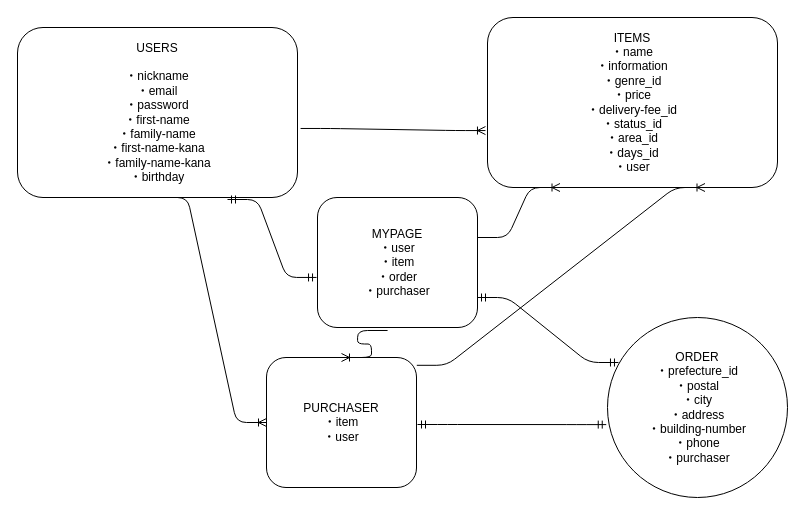
Above: furima_app.drawio in shimo0321yuki/furima-28882 (draw.io), before the change. Source tidied: cells renumbered, new cells numbered last; positions are measured from the earlier drawing's top-left corner, leaving out a move shared by most shapes. Both pictures are drawn from the tidied source at 100%, with x=0, y=0 at pixel (17, 17).
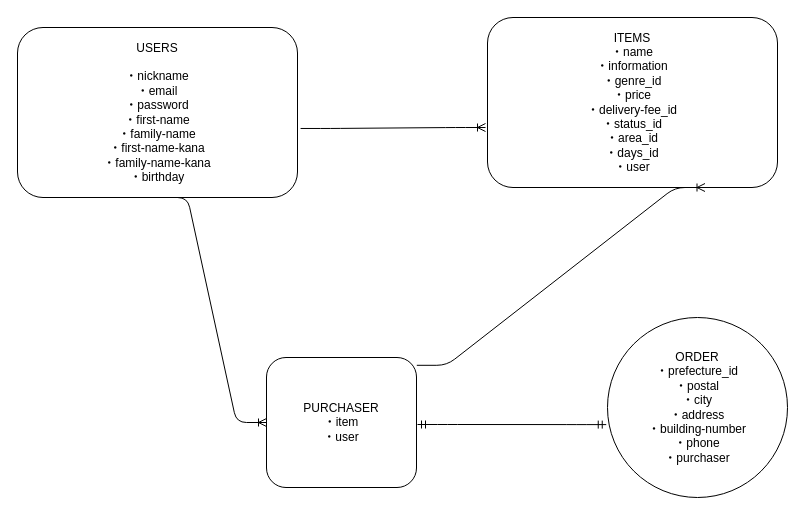
After the change.

Commit message:
furima_app.drawio を更新します

Diff of the diagram source:
```diff
@@
 <mxGraphModel>
   <root>
     <mxCell id="0" />
     <mxCell id="1" parent="0" />
     <mxCell id="2" value="ITEMS&lt;br&gt;・name&lt;br&gt;・information&lt;br&gt;・genre_id&lt;br&gt;・price&lt;br&gt;・delivery-fee_id&lt;br&gt;・status_id&lt;br&gt;・area_id&lt;br&gt;・days_id&lt;br&gt;・user" style="rounded=1;whiteSpace=wrap;html=1;" parent="1" vertex="1">
       <mxGeometry x="470" width="290" height="170" as="geometry" />
     </mxCell>
     <mxCell id="3" value="USERS&lt;br&gt;&lt;br&gt;・nickname&lt;br&gt;・email&lt;br&gt;・password&lt;br&gt;・first-name&lt;br&gt;・family-name&lt;br&gt;・first-name-kana&lt;br&gt;・family-name-kana&lt;br&gt;・birthday" style="rounded=1;whiteSpace=wrap;html=1;" parent="1" vertex="1">
       <mxGeometry y="10" width="280" height="170" as="geometry" />
     </mxCell>
     <mxCell id="4" value="ORDER&lt;br&gt;・prefecture_id&lt;br&gt;・postal&lt;br&gt;・city&lt;br&gt;・address&lt;br&gt;・building-number&lt;br&gt;・phone&lt;br&gt;・purchaser" style="ellipse;whiteSpace=wrap;html=1;" parent="1" vertex="1">
       <mxGeometry x="590" y="300" width="180" height="180" as="geometry" />
     </mxCell>
     <mxCell id="5" value="PURCHASER&lt;br&gt;・item&lt;br&gt;・user" style="rounded=1;whiteSpace=wrap;html=1;" parent="1" vertex="1">
       <mxGeometry x="249" y="340" width="150" height="130" as="geometry" />
     </mxCell>
-    <mxCell id="6" style="edgeStyle=entityRelationEdgeStyle;fontSize=12;html=1;endArrow=ERoneToMany;exitX=1.011;exitY=0.594;exitDx=0;exitDy=0;exitPerimeter=0;entryX=-0.007;entryY=0.665;entryDx=0;entryDy=0;entryPerimeter=0;" parent="1" edge="1" source="3" target="2">
-      <mxGeometry relative="1" as="geometry" />
+    <mxCell id="6" style="edgeStyle=entityRelationEdgeStyle;fontSize=12;html=1;endArrow=ERoneToMany;exitX=1.011;exitY=0.594;exitDx=0;exitDy=0;exitPerimeter=0;" parent="1" edge="1" source="3">
+      <mxGeometry relative="1" as="geometry">
+        <mxPoint x="468" y="110" as="targetPoint" />
+      </mxGeometry>
     </mxCell>
     <mxCell id="7" style="edgeStyle=entityRelationEdgeStyle;fontSize=12;html=1;endArrow=ERmandOne;startArrow=ERmandOne;entryX=-0.007;entryY=0.595;entryDx=0;entryDy=0;entryPerimeter=0;" parent="1" edge="1" target="4">
       <mxGeometry relative="1" as="geometry">
         <mxPoint x="400" y="407" as="sourcePoint" />
       </mxGeometry>
     </mxCell>
     <mxCell id="8" style="edgeStyle=entityRelationEdgeStyle;fontSize=12;html=1;endArrow=ERoneToMany;exitX=0.5;exitY=1;exitDx=0;exitDy=0;entryX=0;entryY=0.5;entryDx=0;entryDy=0;" parent="1" edge="1" source="3" target="5">
       <mxGeometry relative="1" as="geometry" />
     </mxCell>
     <mxCell id="9" style="edgeStyle=entityRelationEdgeStyle;fontSize=12;html=1;endArrow=ERoneToMany;exitX=1.002;exitY=0.06;exitDx=0;exitDy=0;exitPerimeter=0;entryX=0.75;entryY=1;entryDx=0;entryDy=0;" parent="1" edge="1" source="5" target="2">
       <mxGeometry relative="1" as="geometry" />
     </mxCell>
-    <mxCell id="10" value="MYPAGE&lt;br&gt;・user&lt;br&gt;・item&lt;br&gt;・order&lt;br&gt;・purchaser" style="rounded=1;whiteSpace=wrap;html=1;" parent="1" vertex="1">
-      <mxGeometry x="300" y="180" width="160" height="130" as="geometry" />
-    </mxCell>
-    <mxCell id="11" style="edgeStyle=entityRelationEdgeStyle;fontSize=12;html=1;endArrow=ERmandOne;startArrow=ERmandOne;entryX=-0.006;entryY=0.615;entryDx=0;entryDy=0;entryPerimeter=0;" parent="1" edge="1" target="10">
-      <mxGeometry relative="1" as="geometry">
-        <mxPoint x="210" y="182" as="sourcePoint" />
-      </mxGeometry>
-    </mxCell>
-    <mxCell id="12" style="edgeStyle=entityRelationEdgeStyle;fontSize=12;html=1;endArrow=ERoneToMany;exitX=1.011;exitY=0.594;exitDx=0;exitDy=0;exitPerimeter=0;entryX=0.25;entryY=1;entryDx=0;entryDy=0;" parent="1" edge="1" target="2">
-      <mxGeometry relative="1" as="geometry">
-        <mxPoint x="460" y="220" as="sourcePoint" />
-      </mxGeometry>
-    </mxCell>
-    <mxCell id="13" style="edgeStyle=entityRelationEdgeStyle;fontSize=12;html=1;endArrow=ERmandOne;startArrow=ERmandOne;entryX=0.061;entryY=0.25;entryDx=0;entryDy=0;entryPerimeter=0;" parent="1" edge="1" target="4">
-      <mxGeometry relative="1" as="geometry">
-        <mxPoint x="460" y="280" as="sourcePoint" />
-      </mxGeometry>
-    </mxCell>
-    <mxCell id="14" style="edgeStyle=entityRelationEdgeStyle;fontSize=12;html=1;endArrow=ERoneToMany;exitX=0.438;exitY=1.023;exitDx=0;exitDy=0;exitPerimeter=0;entryX=0.5;entryY=0;entryDx=0;entryDy=0;" parent="1" edge="1" source="10" target="5">
-      <mxGeometry relative="1" as="geometry" />
-    </mxCell>
   </root>
 </mxGraphModel>
```
